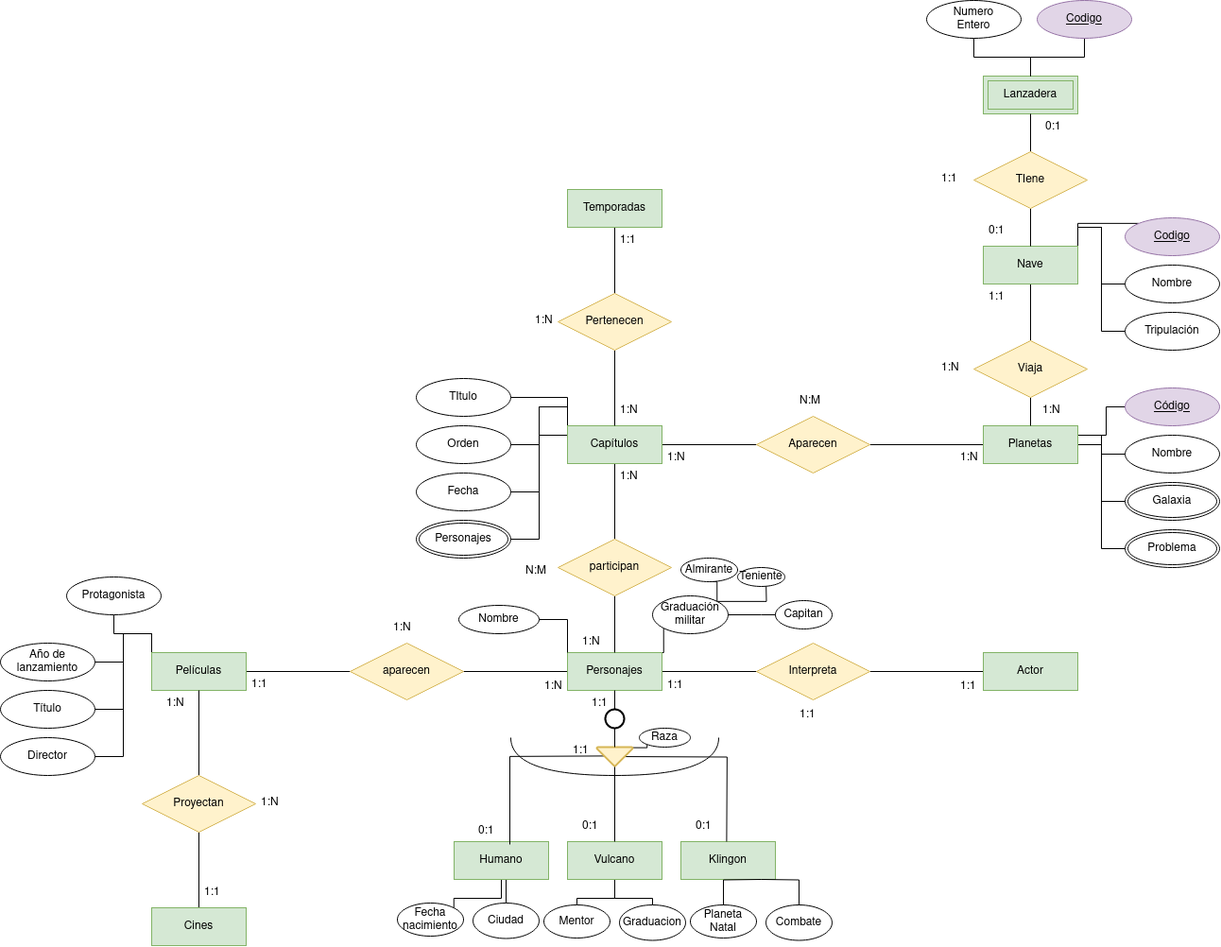
jdrguez/2-Daw keeps this draw.io diagram as Unidad-1/Tareas/Tarea-evaluable3/Diagrama sin título.drawio.png. Above is the earlier version. Source tidied: cells renumbered, new cells last; positions are measured from the earlier drawing's top-left corner, leaving out a move shared by most shapes.
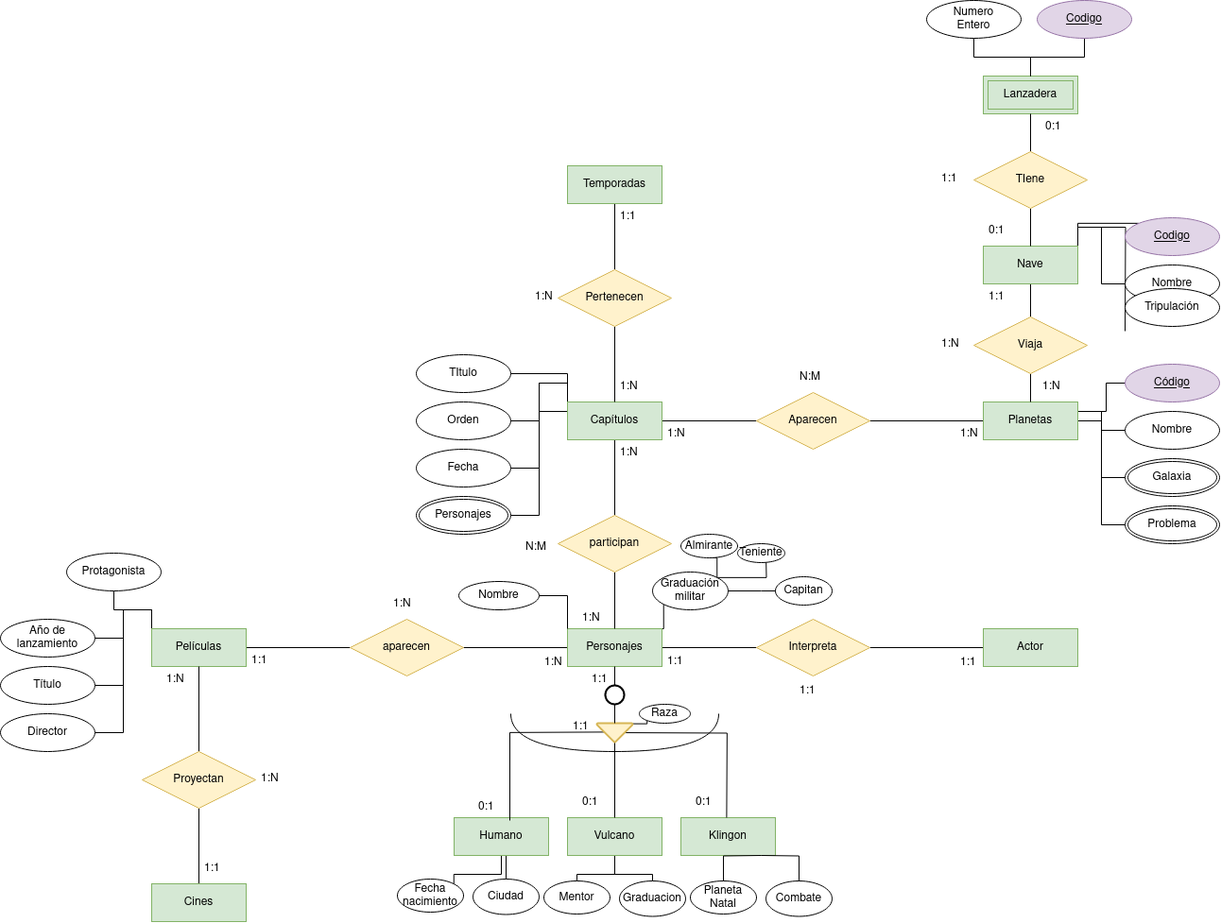
After the commit.

The edit, as a diff of the source:
```diff
@@ -183,11 +183,13 @@
     <mxCell id="58" style="edgeStyle=orthogonalEdgeStyle;rounded=0;jettySize=auto;html=1;exitX=1;exitY=0;exitDx=0;exitDy=0;entryX=0;entryY=0.5;entryDx=0;entryDy=0;endArrow=none;endFill=0;" parent="1" edge="1" source="60" target="82">
       <mxGeometry relative="1" as="geometry" />
     </mxCell>
-    <mxCell id="59" style="edgeStyle=orthogonalEdgeStyle;rounded=0;jettySize=auto;html=1;exitX=1;exitY=0;exitDx=0;exitDy=0;entryX=0;entryY=0.5;entryDx=0;entryDy=0;endArrow=none;endFill=0;" parent="1" edge="1" source="60" target="83">
-      <mxGeometry relative="1" as="geometry" />
+    <mxCell id="59" style="edgeStyle=orthogonalEdgeStyle;rounded=0;jettySize=auto;html=1;exitX=1;exitY=0;exitDx=0;exitDy=0;entryX=0;entryY=0.5;entryDx=0;entryDy=0;endArrow=none;endFill=0;" parent="1" edge="1" source="60">
+      <mxGeometry relative="1" as="geometry">
+        <mxPoint x="1190" y="375" as="targetPoint" />
+      </mxGeometry>
     </mxCell>
     <mxCell id="60" value="Nave" style="whiteSpace=wrap;html=1;align=center;fillColor=#d5e8d4;strokeColor=#82b366;" parent="1" vertex="1">
-      <mxGeometry x="1040" y="260" width="100" height="40" as="geometry" />
+      <mxGeometry x="1040" y="285" width="100" height="40" as="geometry" />
     </mxCell>
     <mxCell id="61" style="edgeStyle=orthogonalEdgeStyle;rounded=0;jettySize=auto;html=1;exitX=0.5;exitY=1;exitDx=0;exitDy=0;endArrow=none;endFill=0;" parent="1" edge="1" source="62" target="55">
       <mxGeometry relative="1" as="geometry" />
@@ -221,7 +223,7 @@
       <mxGeometry x="70" y="610" width="100" height="40" as="geometry" />
     </mxCell>
     <mxCell id="70" value="Lanzadera" style="shape=ext;margin=3;double=1;whiteSpace=wrap;html=1;align=center;fillColor=#d5e8d4;strokeColor=#82b366;" parent="1" vertex="1">
-      <mxGeometry x="1040" y="80" width="100" height="40" as="geometry" />
+      <mxGeometry x="1040" y="105" width="100" height="40" as="geometry" />
     </mxCell>
     <mxCell id="71" style="edgeStyle=orthogonalEdgeStyle;rounded=0;jettySize=auto;html=1;exitX=0.5;exitY=1;exitDx=0;exitDy=0;entryX=0.5;entryY=0;entryDx=0;entryDy=0;endArrow=none;endFill=0;" parent="1" edge="1" source="73" target="60">
       <mxGeometry relative="1" as="geometry" />
@@ -230,7 +232,7 @@
       <mxGeometry relative="1" as="geometry" />
     </mxCell>
     <mxCell id="73" value="TIene" style="shape=rhombus;perimeter=rhombusPerimeter;whiteSpace=wrap;html=1;align=center;fillColor=#fff2cc;strokeColor=#d6b656;" parent="1" vertex="1">
-      <mxGeometry x="1030" y="160" width="120" height="60" as="geometry" />
+      <mxGeometry x="1030" y="185" width="120" height="60" as="geometry" />
     </mxCell>
     <mxCell id="74" value="&lt;div&gt;Año de &lt;br&gt;&lt;/div&gt;&lt;div&gt;lanzamiento&lt;br&gt;&lt;/div&gt;" style="ellipse;whiteSpace=wrap;html=1;align=center;" parent="1" vertex="1">
       <mxGeometry y="680" width="100" height="40" as="geometry" />
@@ -254,10 +256,10 @@
       <mxGeometry x="1190" y="560" width="100" height="40" as="geometry" />
     </mxCell>
     <mxCell id="81" value="Codigo" style="ellipse;whiteSpace=wrap;html=1;align=center;fontStyle=4;fillColor=#e1d5e7;strokeColor=#9673a6;" parent="1" vertex="1">
-      <mxGeometry x="1190" y="230" width="100" height="40" as="geometry" />
+      <mxGeometry x="1190" y="255" width="100" height="40" as="geometry" />
     </mxCell>
     <mxCell id="82" value="Nombre" style="ellipse;whiteSpace=wrap;html=1;align=center;" parent="1" vertex="1">
-      <mxGeometry x="1190" y="280" width="100" height="40" as="geometry" />
+      <mxGeometry x="1190" y="305" width="100" height="40" as="geometry" />
     </mxCell>
     <mxCell id="83" value="Tripulación" style="ellipse;whiteSpace=wrap;html=1;align=center;" parent="1" vertex="1">
       <mxGeometry x="1190" y="330" width="100" height="40" as="geometry" />
@@ -305,19 +307,19 @@
       <mxGeometry x="1097" y="420" width="40" height="30" as="geometry" />
     </mxCell>
     <mxCell id="98" value="1:1" style="text;strokeColor=none;fillColor=none;spacingLeft=4;spacingRight=4;overflow=hidden;fontSize=12;whiteSpace=wrap;html=1;" parent="1" vertex="1">
-      <mxGeometry x="1040" y="300" width="40" height="30" as="geometry" />
+      <mxGeometry x="1040" y="325" width="40" height="30" as="geometry" />
     </mxCell>
     <mxCell id="99" value="1:N" style="text;strokeColor=none;fillColor=none;spacingLeft=4;spacingRight=4;overflow=hidden;fontSize=12;whiteSpace=wrap;html=1;" parent="1" vertex="1">
       <mxGeometry x="990" y="375" width="40" height="30" as="geometry" />
     </mxCell>
     <mxCell id="100" value="0:1" style="text;strokeColor=none;fillColor=none;spacingLeft=4;spacingRight=4;overflow=hidden;fontSize=12;whiteSpace=wrap;html=1;" parent="1" vertex="1">
-      <mxGeometry x="1100" y="120" width="40" height="30" as="geometry" />
+      <mxGeometry x="1100" y="145" width="40" height="30" as="geometry" />
     </mxCell>
     <mxCell id="101" value="0:1" style="text;strokeColor=none;fillColor=none;spacingLeft=4;spacingRight=4;overflow=hidden;fontSize=12;whiteSpace=wrap;html=1;" parent="1" vertex="1">
-      <mxGeometry x="1040" y="230" width="40" height="30" as="geometry" />
+      <mxGeometry x="1040" y="255" width="40" height="30" as="geometry" />
     </mxCell>
     <mxCell id="102" value="1:1" style="text;strokeColor=none;fillColor=none;spacingLeft=4;spacingRight=4;overflow=hidden;fontSize=12;whiteSpace=wrap;html=1;" parent="1" vertex="1">
-      <mxGeometry x="990" y="175" width="40" height="30" as="geometry" />
+      <mxGeometry x="990" y="200" width="40" height="30" as="geometry" />
     </mxCell>
     <mxCell id="103" value="1:N" style="text;strokeColor=none;fillColor=none;spacingLeft=4;spacingRight=4;overflow=hidden;fontSize=12;whiteSpace=wrap;html=1;" parent="1" vertex="1">
       <mxGeometry x="170" y="730" width="40" height="30" as="geometry" />
@@ -350,13 +352,13 @@
       <mxGeometry relative="1" as="geometry" />
     </mxCell>
     <mxCell id="113" value="Codigo" style="ellipse;whiteSpace=wrap;html=1;align=center;fontStyle=4;fillColor=#e1d5e7;strokeColor=#9673a6;" parent="1" vertex="1">
-      <mxGeometry x="1097" width="100" height="40" as="geometry" />
+      <mxGeometry x="1097" y="25" width="100" height="40" as="geometry" />
     </mxCell>
     <mxCell id="114" style="edgeStyle=orthogonalEdgeStyle;rounded=0;jettySize=auto;html=1;exitX=0.5;exitY=1;exitDx=0;exitDy=0;entryX=0.5;entryY=0;entryDx=0;entryDy=0;endArrow=none;endFill=0;" parent="1" edge="1" source="115" target="70">
       <mxGeometry relative="1" as="geometry" />
     </mxCell>
     <mxCell id="115" value="&lt;div&gt;Numero&lt;/div&gt;&lt;div&gt;Entero&lt;br&gt;&lt;/div&gt;" style="ellipse;whiteSpace=wrap;html=1;align=center;" parent="1" vertex="1">
-      <mxGeometry x="980" width="100" height="40" as="geometry" />
+      <mxGeometry x="980" y="25" width="100" height="40" as="geometry" />
     </mxCell>
     <mxCell id="116" value="&lt;div&gt;Fecha&lt;/div&gt;&lt;div&gt;nacimiento&lt;br&gt;&lt;/div&gt;" style="ellipse;whiteSpace=wrap;html=1;align=center;" parent="1" vertex="1">
       <mxGeometry x="420" y="955" width="70" height="35" as="geometry" />
```
